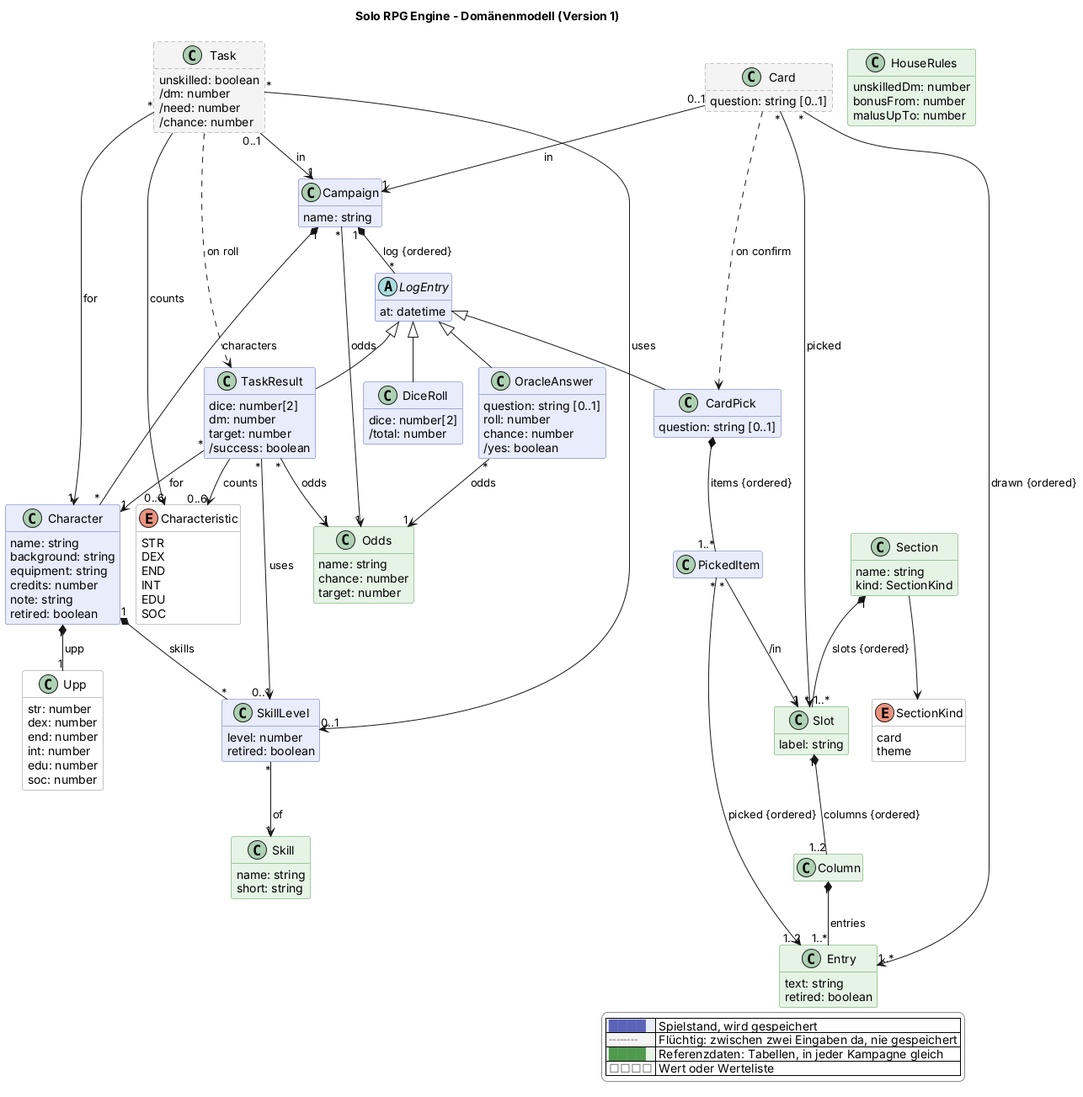
Before: docs/domain-model.png, a diagram exported from PlantUML (scuzzar/SRE).
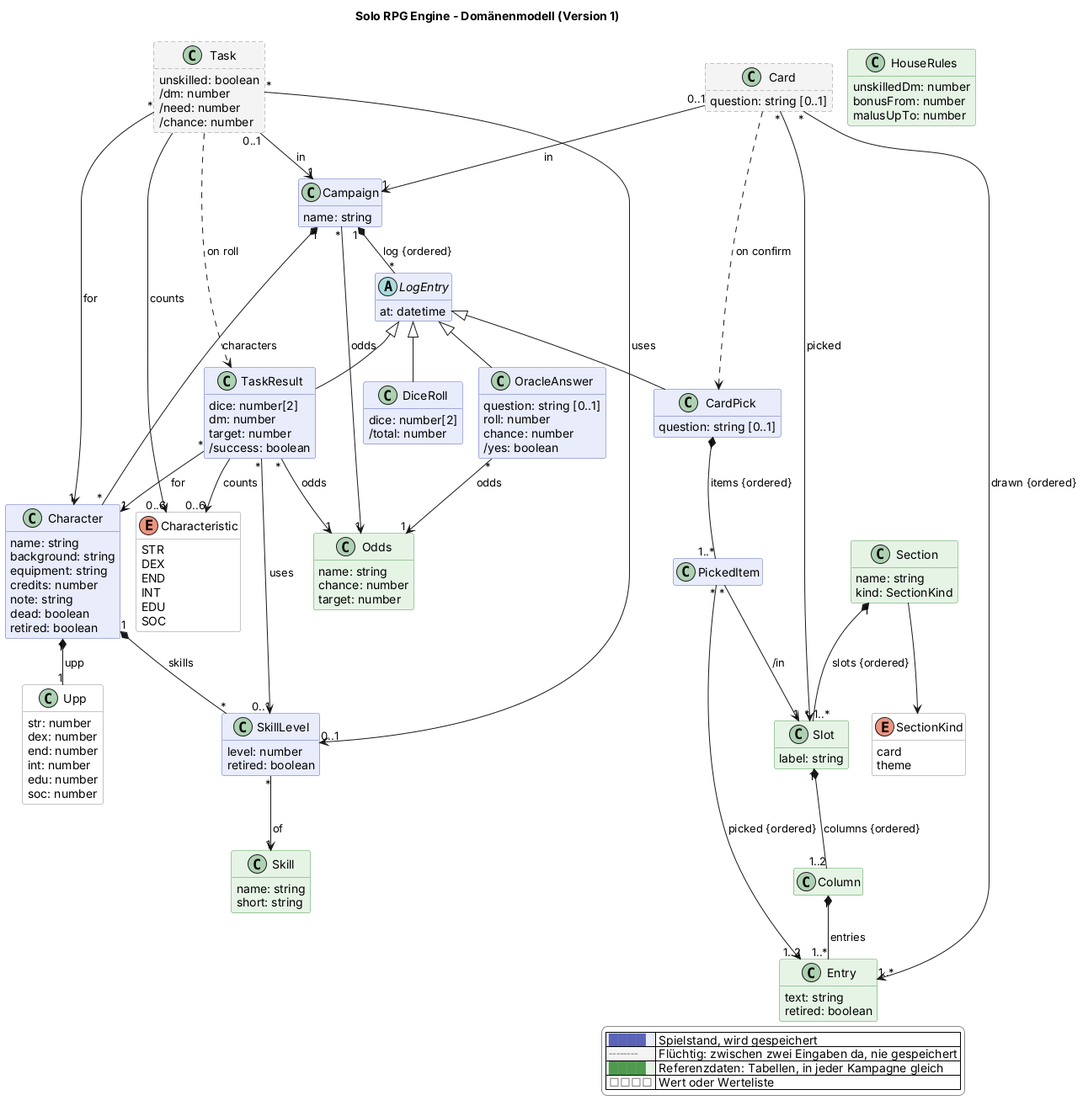
Later version of the same file.

The edit, as a diff of the source:
```diff
@@ -40,6 +40,7 @@
     equipment: string
     credits: number
     note: string
+    dead: boolean
     retired: boolean
   }
   class Upp <<value>> {
```
